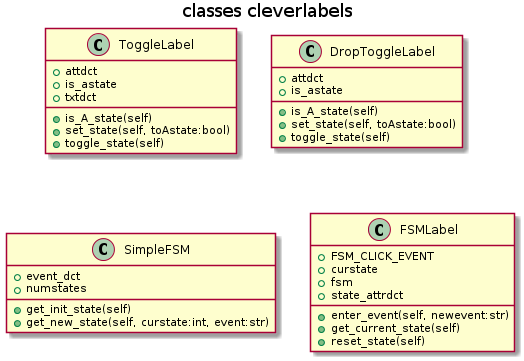
cfe-lab/stocky keeps this PlantUML diagram as stocky-devel/stocky/docs/source/uml_images/classes_cleverlabels_classes.png. Above is the earlier version.
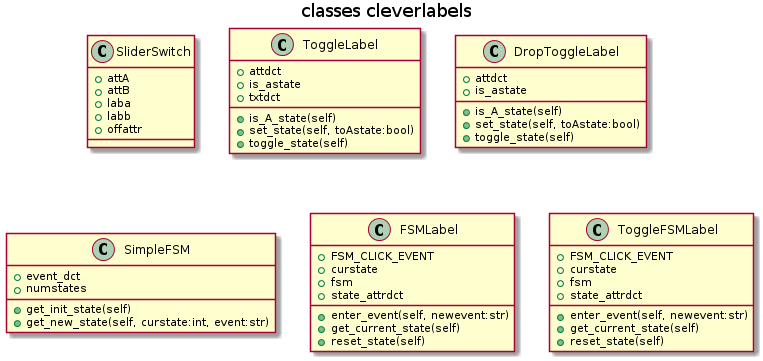
The same diagram one commit later.

What changed in the source:
```diff
@@ -1,5 +1,12 @@
 @startuml
 title classes cleverlabels
+class SliderSwitch {
+    +attA
+    +attB
+    +laba
+    +labb
+    +offattr
+}
 class ToggleLabel {
     +attdct
     +is_astate
@@ -30,6 +37,15 @@
     +get_current_state(self)
     +reset_state(self)
 }
+class ToggleFSMLabel {
+    +FSM_CLICK_EVENT
+    +curstate
+    +fsm
+    +state_attrdct
+    +enter_event(self, newevent:str)
+    +get_current_state(self)
+    +reset_state(self)
+}
 
 
 @enduml
```
